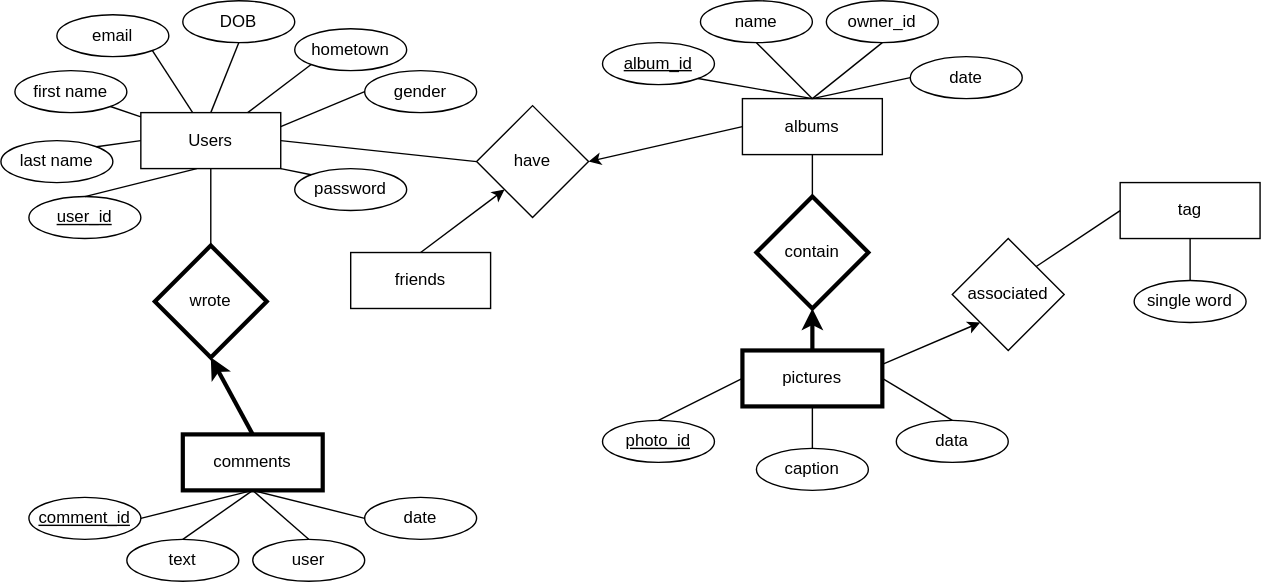
Earlier version of the draw.io export PA1.svg (yjshin229/CS460PA1). Source tidied: cells renumbered, new cells last; positions are measured from the earlier drawing's top-left corner, leaving out a move shared by most shapes. The source it was exported from:
```xml
<mxGraphModel>
  <root>
    <mxCell id="0" />
    <mxCell id="1" parent="0" />
    <mxCell id="2" style="edgeStyle=none;rounded=0;jettySize=auto;html=1;exitX=1;exitY=0.5;exitDx=0;exitDy=0;entryX=0;entryY=0.5;entryDx=0;entryDy=0;startArrow=none;startFill=0;endArrow=none;endFill=0;" parent="1" edge="1" source="3" target="21">
      <mxGeometry relative="1" as="geometry" />
    </mxCell>
    <mxCell id="3" value="Users" style="rounded=0;whiteSpace=wrap;html=1;fillColor=none;" parent="1" vertex="1">
      <mxGeometry x="100" y="80" width="100" height="40" as="geometry" />
    </mxCell>
    <mxCell id="4" style="rounded=0;jettySize=auto;html=1;exitX=1;exitY=1;exitDx=0;exitDy=0;startArrow=none;startFill=0;endArrow=none;endFill=0;" parent="1" edge="1" source="5" target="3">
      <mxGeometry relative="1" as="geometry" />
    </mxCell>
    <mxCell id="5" value="email" style="ellipse;whiteSpace=wrap;html=1;fillColor=none;" parent="1" vertex="1">
      <mxGeometry x="40" y="10" width="80" height="30" as="geometry" />
    </mxCell>
    <mxCell id="6" style="edgeStyle=none;rounded=0;jettySize=auto;html=1;exitX=0.5;exitY=1;exitDx=0;exitDy=0;entryX=0.5;entryY=0;entryDx=0;entryDy=0;startArrow=none;startFill=0;endArrow=none;endFill=0;" parent="1" edge="1" source="7" target="3">
      <mxGeometry relative="1" as="geometry" />
    </mxCell>
    <mxCell id="7" value="DOB" style="ellipse;whiteSpace=wrap;html=1;fillColor=none;" parent="1" vertex="1">
      <mxGeometry x="130" width="80" height="30" as="geometry" />
    </mxCell>
    <mxCell id="8" style="edgeStyle=none;rounded=0;jettySize=auto;html=1;exitX=0;exitY=0.5;exitDx=0;exitDy=0;entryX=1;entryY=0.25;entryDx=0;entryDy=0;startArrow=none;startFill=0;endArrow=none;endFill=0;" parent="1" edge="1" source="9" target="3">
      <mxGeometry relative="1" as="geometry" />
    </mxCell>
    <mxCell id="9" value="gender" style="ellipse;whiteSpace=wrap;html=1;fillColor=none;" parent="1" vertex="1">
      <mxGeometry x="260" y="50" width="80" height="30" as="geometry" />
    </mxCell>
    <mxCell id="10" style="edgeStyle=none;rounded=0;jettySize=auto;html=1;exitX=0;exitY=1;exitDx=0;exitDy=0;startArrow=none;startFill=0;endArrow=none;endFill=0;" parent="1" edge="1" source="11" target="3">
      <mxGeometry relative="1" as="geometry" />
    </mxCell>
    <mxCell id="11" value="hometown" style="ellipse;whiteSpace=wrap;html=1;fillColor=none;" parent="1" vertex="1">
      <mxGeometry x="210" y="20" width="80" height="30" as="geometry" />
    </mxCell>
    <mxCell id="12" style="edgeStyle=none;rounded=0;jettySize=auto;html=1;exitX=1;exitY=1;exitDx=0;exitDy=0;startArrow=none;startFill=0;endArrow=none;endFill=0;" parent="1" edge="1" source="13" target="3">
      <mxGeometry relative="1" as="geometry" />
    </mxCell>
    <mxCell id="13" value="first name" style="ellipse;whiteSpace=wrap;html=1;fillColor=none;" parent="1" vertex="1">
      <mxGeometry x="10" y="50" width="80" height="30" as="geometry" />
    </mxCell>
    <mxCell id="14" style="edgeStyle=none;rounded=0;jettySize=auto;html=1;exitX=1;exitY=0;exitDx=0;exitDy=0;entryX=0;entryY=0.5;entryDx=0;entryDy=0;startArrow=none;startFill=0;endArrow=none;endFill=0;" parent="1" edge="1" source="15" target="3">
      <mxGeometry relative="1" as="geometry" />
    </mxCell>
    <mxCell id="15" value="last name" style="ellipse;whiteSpace=wrap;html=1;fillColor=none;" parent="1" vertex="1">
      <mxGeometry y="100" width="80" height="30" as="geometry" />
    </mxCell>
    <mxCell id="16" style="edgeStyle=none;rounded=0;jettySize=auto;html=1;exitX=0.5;exitY=0;exitDx=0;exitDy=0;startArrow=none;startFill=0;endArrow=none;endFill=0;" parent="1" edge="1" source="17">
      <mxGeometry relative="1" as="geometry">
        <mxPoint x="140" y="120" as="targetPoint" />
      </mxGeometry>
    </mxCell>
    <mxCell id="17" value="&lt;u&gt;user_id&lt;/u&gt;" style="ellipse;whiteSpace=wrap;html=1;fillColor=none;" parent="1" vertex="1">
      <mxGeometry x="20" y="140" width="80" height="30" as="geometry" />
    </mxCell>
    <mxCell id="18" style="edgeStyle=none;rounded=0;jettySize=auto;html=1;exitX=0;exitY=0;exitDx=0;exitDy=0;entryX=1;entryY=1;entryDx=0;entryDy=0;startArrow=none;startFill=0;endArrow=none;endFill=0;" parent="1" edge="1" source="19" target="3">
      <mxGeometry relative="1" as="geometry" />
    </mxCell>
    <mxCell id="19" value="password" style="ellipse;whiteSpace=wrap;html=1;fillColor=none;" parent="1" vertex="1">
      <mxGeometry x="210" y="120" width="80" height="30" as="geometry" />
    </mxCell>
    <mxCell id="20" style="edgeStyle=none;rounded=0;jettySize=auto;html=1;exitX=1;exitY=0.5;exitDx=0;exitDy=0;entryX=0;entryY=0.5;entryDx=0;entryDy=0;startArrow=classic;startFill=1;endArrow=none;endFill=0;" parent="1" edge="1" source="21" target="22">
      <mxGeometry relative="1" as="geometry" />
    </mxCell>
    <mxCell id="21" value="have" style="rhombus;whiteSpace=wrap;html=1;fillColor=none;" parent="1" vertex="1">
      <mxGeometry x="340" y="75" width="80" height="80" as="geometry" />
    </mxCell>
    <mxCell id="22" value="albums" style="rounded=0;whiteSpace=wrap;html=1;fillColor=none;" parent="1" vertex="1">
      <mxGeometry x="530" y="70" width="100" height="40" as="geometry" />
    </mxCell>
    <mxCell id="23" style="edgeStyle=none;rounded=0;jettySize=auto;html=1;exitX=1;exitY=1;exitDx=0;exitDy=0;entryX=0.5;entryY=0;entryDx=0;entryDy=0;startArrow=none;startFill=0;endArrow=none;endFill=0;" parent="1" edge="1" source="24" target="22">
      <mxGeometry relative="1" as="geometry" />
    </mxCell>
    <mxCell id="24" value="&lt;u&gt;album_id&lt;/u&gt;" style="ellipse;whiteSpace=wrap;html=1;fillColor=none;" parent="1" vertex="1">
      <mxGeometry x="430" y="30" width="80" height="30" as="geometry" />
    </mxCell>
    <mxCell id="25" style="edgeStyle=none;rounded=0;jettySize=auto;html=1;exitX=0.5;exitY=1;exitDx=0;exitDy=0;startArrow=none;startFill=0;endArrow=none;endFill=0;" parent="1" edge="1" source="26">
      <mxGeometry relative="1" as="geometry">
        <mxPoint x="580" y="70" as="targetPoint" />
      </mxGeometry>
    </mxCell>
    <mxCell id="26" value="name" style="ellipse;whiteSpace=wrap;html=1;fillColor=none;" parent="1" vertex="1">
      <mxGeometry x="500" width="80" height="30" as="geometry" />
    </mxCell>
    <mxCell id="27" style="edgeStyle=none;rounded=0;jettySize=auto;html=1;exitX=0.5;exitY=1;exitDx=0;exitDy=0;entryX=0.5;entryY=0;entryDx=0;entryDy=0;startArrow=none;startFill=0;endArrow=none;endFill=0;" parent="1" edge="1" source="28" target="22">
      <mxGeometry relative="1" as="geometry" />
    </mxCell>
    <mxCell id="28" value="owner_id" style="ellipse;whiteSpace=wrap;html=1;fillColor=none;" parent="1" vertex="1">
      <mxGeometry x="590" width="80" height="30" as="geometry" />
    </mxCell>
    <mxCell id="29" style="edgeStyle=none;rounded=0;jettySize=auto;html=1;exitX=0;exitY=0.5;exitDx=0;exitDy=0;entryX=0.5;entryY=0;entryDx=0;entryDy=0;startArrow=none;startFill=0;endArrow=none;endFill=0;" parent="1" edge="1" source="30" target="22">
      <mxGeometry relative="1" as="geometry" />
    </mxCell>
    <mxCell id="30" value="date" style="ellipse;whiteSpace=wrap;html=1;fillColor=none;" parent="1" vertex="1">
      <mxGeometry x="650" y="40" width="80" height="30" as="geometry" />
    </mxCell>
    <mxCell id="31" style="edgeStyle=none;rounded=0;jettySize=auto;html=1;exitX=0.5;exitY=0;exitDx=0;exitDy=0;entryX=0;entryY=1;entryDx=0;entryDy=0;startArrow=none;startFill=0;endArrow=classic;endFill=1;" parent="1" edge="1" source="32" target="21">
      <mxGeometry relative="1" as="geometry" />
    </mxCell>
    <mxCell id="32" value="friends" style="rounded=0;whiteSpace=wrap;html=1;fillColor=none;" parent="1" vertex="1">
      <mxGeometry x="250" y="180" width="100" height="40" as="geometry" />
    </mxCell>
    <mxCell id="33" value="pictures" style="rounded=0;whiteSpace=wrap;html=1;fillColor=none;strokeWidth=3;" parent="1" vertex="1">
      <mxGeometry x="530" y="250" width="100" height="40" as="geometry" />
    </mxCell>
    <mxCell id="34" style="edgeStyle=none;rounded=0;jettySize=auto;html=1;exitX=0.5;exitY=0;exitDx=0;exitDy=0;entryX=1;entryY=0.5;entryDx=0;entryDy=0;startArrow=none;startFill=0;endArrow=none;endFill=0;" parent="1" edge="1" source="35" target="33">
      <mxGeometry relative="1" as="geometry" />
    </mxCell>
    <mxCell id="35" value="data" style="ellipse;whiteSpace=wrap;html=1;fillColor=none;" parent="1" vertex="1">
      <mxGeometry x="640" y="300" width="80" height="30" as="geometry" />
    </mxCell>
    <mxCell id="36" style="edgeStyle=none;rounded=0;jettySize=auto;html=1;exitX=0.5;exitY=0;exitDx=0;exitDy=0;entryX=0.5;entryY=1;entryDx=0;entryDy=0;startArrow=none;startFill=0;endArrow=none;endFill=0;" parent="1" edge="1" source="37" target="33">
      <mxGeometry relative="1" as="geometry" />
    </mxCell>
    <mxCell id="37" value="caption" style="ellipse;whiteSpace=wrap;html=1;fillColor=none;" parent="1" vertex="1">
      <mxGeometry x="540" y="320" width="80" height="30" as="geometry" />
    </mxCell>
    <mxCell id="38" style="edgeStyle=none;rounded=0;jettySize=auto;html=1;exitX=0.5;exitY=0;exitDx=0;exitDy=0;entryX=0;entryY=0.5;entryDx=0;entryDy=0;startArrow=none;startFill=0;endArrow=none;endFill=0;" parent="1" edge="1" source="39" target="33">
      <mxGeometry relative="1" as="geometry" />
    </mxCell>
    <mxCell id="39" value="&lt;u&gt;photo_id&lt;/u&gt;" style="ellipse;whiteSpace=wrap;html=1;fillColor=none;" parent="1" vertex="1">
      <mxGeometry x="430" y="300" width="80" height="30" as="geometry" />
    </mxCell>
    <mxCell id="40" style="edgeStyle=none;rounded=0;jettySize=auto;html=1;exitX=0.5;exitY=0;exitDx=0;exitDy=0;entryX=0.5;entryY=1;entryDx=0;entryDy=0;startArrow=none;startFill=0;endArrow=none;endFill=0;" parent="1" edge="1" source="42" target="22">
      <mxGeometry relative="1" as="geometry" />
    </mxCell>
    <mxCell id="41" style="edgeStyle=none;rounded=0;jettySize=auto;html=1;exitX=0.5;exitY=1;exitDx=0;exitDy=0;entryX=0.5;entryY=0;entryDx=0;entryDy=0;startArrow=classic;startFill=1;endArrow=none;endFill=0;strokeWidth=3;" parent="1" edge="1" source="42" target="33">
      <mxGeometry relative="1" as="geometry" />
    </mxCell>
    <mxCell id="42" value="contain" style="rhombus;whiteSpace=wrap;html=1;fillColor=none;strokeWidth=3;" parent="1" vertex="1">
      <mxGeometry x="540" y="140" width="80" height="80" as="geometry" />
    </mxCell>
    <mxCell id="43" value="tag" style="rounded=0;whiteSpace=wrap;html=1;fillColor=none;" parent="1" vertex="1">
      <mxGeometry x="800" y="130" width="100" height="40" as="geometry" />
    </mxCell>
    <mxCell id="44" style="edgeStyle=none;rounded=0;jettySize=auto;html=1;exitX=0.5;exitY=0;exitDx=0;exitDy=0;entryX=0.5;entryY=1;entryDx=0;entryDy=0;startArrow=none;startFill=0;endArrow=none;endFill=0;strokeWidth=1;" parent="1" edge="1" source="45" target="43">
      <mxGeometry relative="1" as="geometry" />
    </mxCell>
    <mxCell id="45" value="single word" style="ellipse;whiteSpace=wrap;html=1;fillColor=none;" parent="1" vertex="1">
      <mxGeometry x="810" y="200" width="80" height="30" as="geometry" />
    </mxCell>
    <mxCell id="46" style="edgeStyle=none;rounded=0;jettySize=auto;html=1;exitX=0;exitY=1;exitDx=0;exitDy=0;entryX=1;entryY=0.25;entryDx=0;entryDy=0;startArrow=classic;startFill=1;endArrow=none;endFill=0;strokeWidth=1;" parent="1" edge="1" source="48" target="33">
      <mxGeometry relative="1" as="geometry" />
    </mxCell>
    <mxCell id="47" style="edgeStyle=none;rounded=0;jettySize=auto;html=1;exitX=1;exitY=0;exitDx=0;exitDy=0;entryX=0;entryY=0.5;entryDx=0;entryDy=0;startArrow=none;startFill=0;endArrow=none;endFill=0;strokeWidth=1;" parent="1" edge="1" source="48" target="43">
      <mxGeometry relative="1" as="geometry" />
    </mxCell>
    <mxCell id="48" value="associated" style="rhombus;whiteSpace=wrap;html=1;fillColor=none;" parent="1" vertex="1">
      <mxGeometry x="680" y="170" width="80" height="80" as="geometry" />
    </mxCell>
    <mxCell id="49" style="edgeStyle=none;rounded=0;jettySize=auto;html=1;exitX=0.5;exitY=1;exitDx=0;exitDy=0;entryX=0;entryY=0.5;entryDx=0;entryDy=0;startArrow=none;startFill=0;endArrow=none;endFill=0;strokeWidth=1;" parent="1" edge="1" source="51" target="58">
      <mxGeometry relative="1" as="geometry" />
    </mxCell>
    <mxCell id="50" style="edgeStyle=none;rounded=0;jettySize=auto;html=1;exitX=0.5;exitY=0;exitDx=0;exitDy=0;entryX=0.5;entryY=1;entryDx=0;entryDy=0;startArrow=none;startFill=0;endArrow=classic;endFill=1;strokeWidth=3;" parent="1" edge="1" source="51" target="60">
      <mxGeometry relative="1" as="geometry" />
    </mxCell>
    <mxCell id="51" value="comments" style="rounded=0;whiteSpace=wrap;html=1;fillColor=none;strokeWidth=3;" parent="1" vertex="1">
      <mxGeometry x="130" y="310" width="100" height="40" as="geometry" />
    </mxCell>
    <mxCell id="52" style="edgeStyle=none;rounded=0;jettySize=auto;html=1;exitX=1;exitY=0.5;exitDx=0;exitDy=0;entryX=0.5;entryY=1;entryDx=0;entryDy=0;startArrow=none;startFill=0;endArrow=none;endFill=0;strokeWidth=1;" parent="1" edge="1" source="53" target="51">
      <mxGeometry relative="1" as="geometry" />
    </mxCell>
    <mxCell id="53" value="&lt;u&gt;comment_id&lt;/u&gt;" style="ellipse;whiteSpace=wrap;html=1;fillColor=none;" parent="1" vertex="1">
      <mxGeometry x="20" y="355" width="80" height="30" as="geometry" />
    </mxCell>
    <mxCell id="54" style="edgeStyle=none;rounded=0;jettySize=auto;html=1;exitX=0.5;exitY=0;exitDx=0;exitDy=0;entryX=0.5;entryY=1;entryDx=0;entryDy=0;startArrow=none;startFill=0;endArrow=none;endFill=0;strokeWidth=1;" parent="1" edge="1" source="55" target="51">
      <mxGeometry relative="1" as="geometry" />
    </mxCell>
    <mxCell id="55" value="text" style="ellipse;whiteSpace=wrap;html=1;fillColor=none;" parent="1" vertex="1">
      <mxGeometry x="90" y="385" width="80" height="30" as="geometry" />
    </mxCell>
    <mxCell id="56" style="edgeStyle=none;rounded=0;jettySize=auto;html=1;exitX=0.5;exitY=0;exitDx=0;exitDy=0;entryX=0.5;entryY=1;entryDx=0;entryDy=0;startArrow=none;startFill=0;endArrow=none;endFill=0;strokeWidth=1;" parent="1" edge="1" source="57" target="51">
      <mxGeometry relative="1" as="geometry" />
    </mxCell>
    <mxCell id="57" value="user" style="ellipse;whiteSpace=wrap;html=1;fillColor=none;" parent="1" vertex="1">
      <mxGeometry x="180" y="385" width="80" height="30" as="geometry" />
    </mxCell>
    <mxCell id="58" value="date" style="ellipse;whiteSpace=wrap;html=1;fillColor=none;" parent="1" vertex="1">
      <mxGeometry x="260" y="355" width="80" height="30" as="geometry" />
    </mxCell>
    <mxCell id="59" style="edgeStyle=none;rounded=0;jettySize=auto;html=1;exitX=0.5;exitY=0;exitDx=0;exitDy=0;entryX=0.5;entryY=1;entryDx=0;entryDy=0;startArrow=none;startFill=0;endArrow=none;endFill=0;strokeWidth=1;" parent="1" edge="1" source="60" target="3">
      <mxGeometry relative="1" as="geometry" />
    </mxCell>
    <mxCell id="60" value="wrote" style="rhombus;whiteSpace=wrap;html=1;fillColor=none;strokeWidth=3;" parent="1" vertex="1">
      <mxGeometry x="110" y="175" width="80" height="80" as="geometry" />
    </mxCell>
  </root>
</mxGraphModel>
```
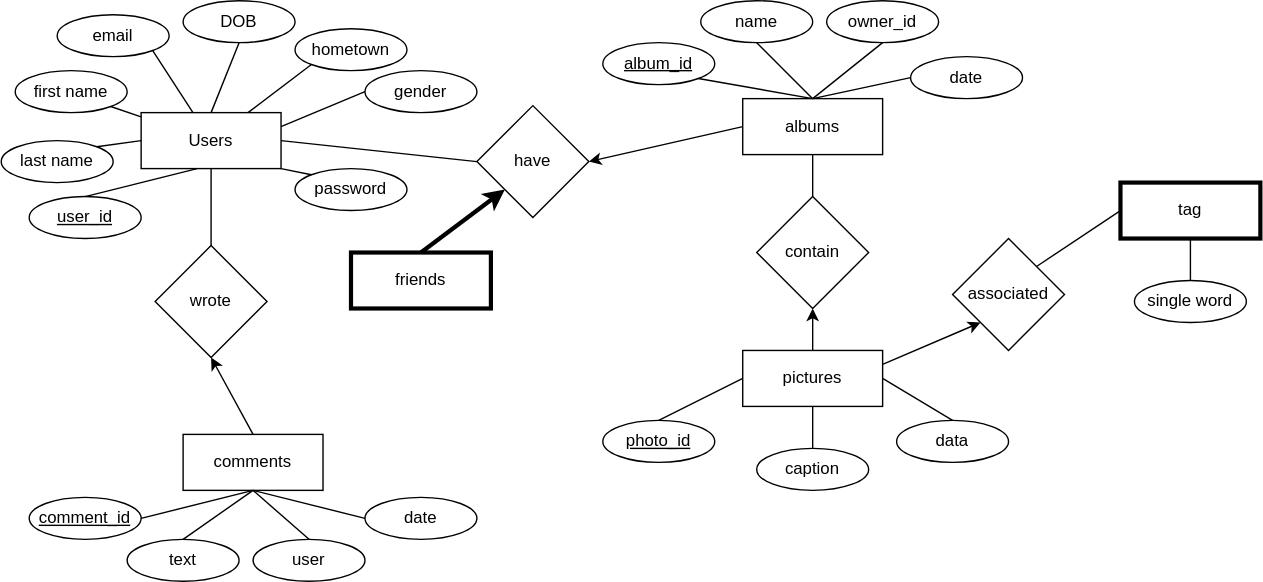
The same file after the commit.

Commit message:
update sql and ER diagram

The edit, as a diff of the source:
```diff
@@ -93,13 +93,13 @@
     <mxCell id="30" value="date" style="ellipse;whiteSpace=wrap;html=1;fillColor=none;" parent="1" vertex="1">
       <mxGeometry x="650" y="40" width="80" height="30" as="geometry" />
     </mxCell>
-    <mxCell id="31" style="edgeStyle=none;rounded=0;jettySize=auto;html=1;exitX=0.5;exitY=0;exitDx=0;exitDy=0;entryX=0;entryY=1;entryDx=0;entryDy=0;startArrow=none;startFill=0;endArrow=classic;endFill=1;" parent="1" edge="1" source="32" target="21">
+    <mxCell id="31" style="edgeStyle=none;rounded=0;jettySize=auto;html=1;exitX=0.5;exitY=0;exitDx=0;exitDy=0;entryX=0;entryY=1;entryDx=0;entryDy=0;startArrow=none;startFill=0;endArrow=classic;endFill=1;strokeWidth=3;" parent="1" edge="1" source="32" target="21">
       <mxGeometry relative="1" as="geometry" />
     </mxCell>
-    <mxCell id="32" value="friends" style="rounded=0;whiteSpace=wrap;html=1;fillColor=none;" parent="1" vertex="1">
+    <mxCell id="32" value="friends" style="rounded=0;whiteSpace=wrap;html=1;fillColor=none;strokeWidth=3;" parent="1" vertex="1">
       <mxGeometry x="250" y="180" width="100" height="40" as="geometry" />
     </mxCell>
-    <mxCell id="33" value="pictures" style="rounded=0;whiteSpace=wrap;html=1;fillColor=none;strokeWidth=3;" parent="1" vertex="1">
+    <mxCell id="33" value="pictures" style="rounded=0;whiteSpace=wrap;html=1;fillColor=none;strokeWidth=1;" parent="1" vertex="1">
       <mxGeometry x="530" y="250" width="100" height="40" as="geometry" />
     </mxCell>
     <mxCell id="34" style="edgeStyle=none;rounded=0;jettySize=auto;html=1;exitX=0.5;exitY=0;exitDx=0;exitDy=0;entryX=1;entryY=0.5;entryDx=0;entryDy=0;startArrow=none;startFill=0;endArrow=none;endFill=0;" parent="1" edge="1" source="35" target="33">
@@ -123,13 +123,13 @@
     <mxCell id="40" style="edgeStyle=none;rounded=0;jettySize=auto;html=1;exitX=0.5;exitY=0;exitDx=0;exitDy=0;entryX=0.5;entryY=1;entryDx=0;entryDy=0;startArrow=none;startFill=0;endArrow=none;endFill=0;" parent="1" edge="1" source="42" target="22">
       <mxGeometry relative="1" as="geometry" />
     </mxCell>
-    <mxCell id="41" style="edgeStyle=none;rounded=0;jettySize=auto;html=1;exitX=0.5;exitY=1;exitDx=0;exitDy=0;entryX=0.5;entryY=0;entryDx=0;entryDy=0;startArrow=classic;startFill=1;endArrow=none;endFill=0;strokeWidth=3;" parent="1" edge="1" source="42" target="33">
+    <mxCell id="41" style="edgeStyle=none;rounded=0;jettySize=auto;html=1;exitX=0.5;exitY=1;exitDx=0;exitDy=0;entryX=0.5;entryY=0;entryDx=0;entryDy=0;startArrow=classic;startFill=1;endArrow=none;endFill=0;strokeWidth=1;" parent="1" edge="1" source="42" target="33">
       <mxGeometry relative="1" as="geometry" />
     </mxCell>
-    <mxCell id="42" value="contain" style="rhombus;whiteSpace=wrap;html=1;fillColor=none;strokeWidth=3;" parent="1" vertex="1">
+    <mxCell id="42" value="contain" style="rhombus;whiteSpace=wrap;html=1;fillColor=none;strokeWidth=1;" parent="1" vertex="1">
       <mxGeometry x="540" y="140" width="80" height="80" as="geometry" />
     </mxCell>
-    <mxCell id="43" value="tag" style="rounded=0;whiteSpace=wrap;html=1;fillColor=none;" parent="1" vertex="1">
+    <mxCell id="43" value="tag" style="rounded=0;whiteSpace=wrap;html=1;fillColor=none;strokeWidth=3;" parent="1" vertex="1">
       <mxGeometry x="800" y="130" width="100" height="40" as="geometry" />
     </mxCell>
     <mxCell id="44" style="edgeStyle=none;rounded=0;jettySize=auto;html=1;exitX=0.5;exitY=0;exitDx=0;exitDy=0;entryX=0.5;entryY=1;entryDx=0;entryDy=0;startArrow=none;startFill=0;endArrow=none;endFill=0;strokeWidth=1;" parent="1" edge="1" source="45" target="43">
@@ -150,10 +150,10 @@
     <mxCell id="49" style="edgeStyle=none;rounded=0;jettySize=auto;html=1;exitX=0.5;exitY=1;exitDx=0;exitDy=0;entryX=0;entryY=0.5;entryDx=0;entryDy=0;startArrow=none;startFill=0;endArrow=none;endFill=0;strokeWidth=1;" parent="1" edge="1" source="51" target="58">
       <mxGeometry relative="1" as="geometry" />
     </mxCell>
-    <mxCell id="50" style="edgeStyle=none;rounded=0;jettySize=auto;html=1;exitX=0.5;exitY=0;exitDx=0;exitDy=0;entryX=0.5;entryY=1;entryDx=0;entryDy=0;startArrow=none;startFill=0;endArrow=classic;endFill=1;strokeWidth=3;" parent="1" edge="1" source="51" target="60">
+    <mxCell id="50" style="edgeStyle=none;rounded=0;jettySize=auto;html=1;exitX=0.5;exitY=0;exitDx=0;exitDy=0;entryX=0.5;entryY=1;entryDx=0;entryDy=0;startArrow=none;startFill=0;endArrow=classic;endFill=1;strokeWidth=1;" parent="1" edge="1" source="51" target="60">
       <mxGeometry relative="1" as="geometry" />
     </mxCell>
-    <mxCell id="51" value="comments" style="rounded=0;whiteSpace=wrap;html=1;fillColor=none;strokeWidth=3;" parent="1" vertex="1">
+    <mxCell id="51" value="comments" style="rounded=0;whiteSpace=wrap;html=1;fillColor=none;strokeWidth=1;" parent="1" vertex="1">
       <mxGeometry x="130" y="310" width="100" height="40" as="geometry" />
     </mxCell>
     <mxCell id="52" style="edgeStyle=none;rounded=0;jettySize=auto;html=1;exitX=1;exitY=0.5;exitDx=0;exitDy=0;entryX=0.5;entryY=1;entryDx=0;entryDy=0;startArrow=none;startFill=0;endArrow=none;endFill=0;strokeWidth=1;" parent="1" edge="1" source="53" target="51">
@@ -180,7 +180,7 @@
     <mxCell id="59" style="edgeStyle=none;rounded=0;jettySize=auto;html=1;exitX=0.5;exitY=0;exitDx=0;exitDy=0;entryX=0.5;entryY=1;entryDx=0;entryDy=0;startArrow=none;startFill=0;endArrow=none;endFill=0;strokeWidth=1;" parent="1" edge="1" source="60" target="3">
       <mxGeometry relative="1" as="geometry" />
     </mxCell>
-    <mxCell id="60" value="wrote" style="rhombus;whiteSpace=wrap;html=1;fillColor=none;strokeWidth=3;" parent="1" vertex="1">
+    <mxCell id="60" value="wrote" style="rhombus;whiteSpace=wrap;html=1;fillColor=none;strokeWidth=1;" parent="1" vertex="1">
       <mxGeometry x="110" y="175" width="80" height="80" as="geometry" />
     </mxCell>
   </root>
```
